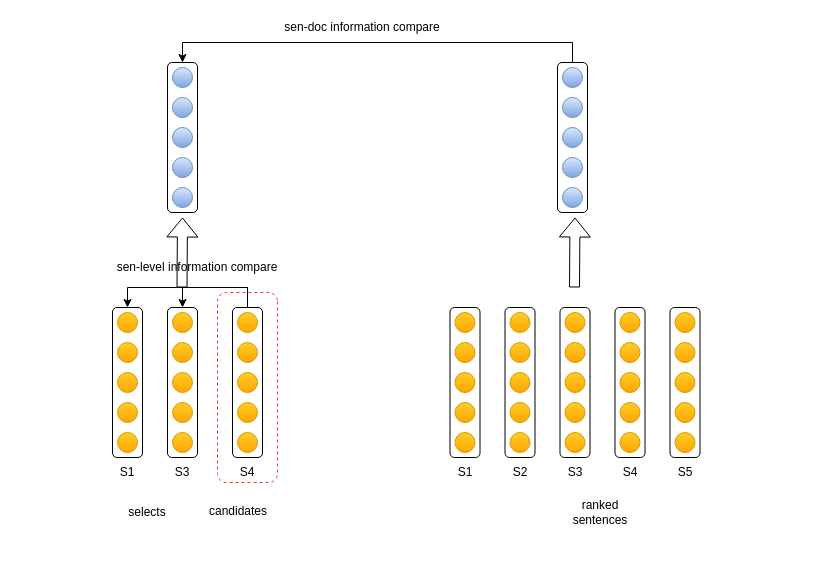
Above: Untitled Diagram.drawio in tfka/mygit (draw.io), before the change. Source tidied: cells renumbered, new cells numbered last; positions are measured from the earlier drawing's top-left corner, leaving out a move shared by most shapes. Both pictures are drawn from the tidied source at 100%, with x=0, y=0 at pixel (52, 17).
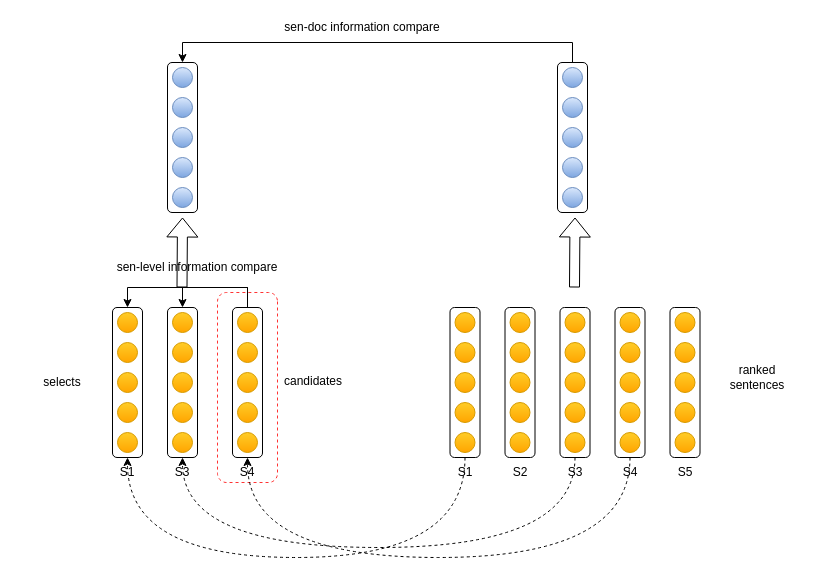
The same page after the edit.

The change refers to these unchanged cells:
```xml
<mxCell id="4" style="rounded=1;whiteSpace=wrap;html=1;rotation=90;" parent="1" vertex="1">
  <mxGeometry x="337.5" y="350" width="150" height="30" as="geometry" />
</mxCell>
<mxCell id="18" style="rounded=1;whiteSpace=wrap;html=1;rotation=90;" parent="1" vertex="1">
  <mxGeometry x="447.5" y="350" width="150" height="30" as="geometry" />
</mxCell>
<mxCell id="27" style="rounded=1;whiteSpace=wrap;html=1;rotation=90;" parent="1" vertex="1">
  <mxGeometry x="120" y="350" width="150" height="30" as="geometry" />
</mxCell>
<mxCell id="42" style="rounded=1;whiteSpace=wrap;html=1;rotation=90;" parent="1" vertex="1">
  <mxGeometry y="350" width="150" height="30" as="geometry" />
</mxCell>
<mxCell id="49" style="rounded=1;whiteSpace=wrap;html=1;rotation=90;" parent="1" vertex="1">
  <mxGeometry x="55" y="350" width="150" height="30" as="geometry" />
</mxCell>
<mxCell id="71" style="rounded=1;whiteSpace=wrap;html=1;rotation=90;" parent="1" vertex="1">
  <mxGeometry x="502.5" y="350" width="150" height="30" as="geometry" />
</mxCell>
```

Change to the diagram source:
```diff
@@
+    <mxCell id="81" style="edgeStyle=orthogonalEdgeStyle;curved=1;rounded=0;jettySize=auto;html=1;exitX=1;exitY=0.5;exitDx=0;exitDy=0;entryX=1;entryY=0.5;entryDx=0;entryDy=0;dashed=1;" parent="1" edge="1" source="4" target="42">
+      <mxGeometry relative="1" as="geometry">
+        <Array as="points">
+          <mxPoint x="413" y="540" />
+          <mxPoint x="75" y="540" />
+        </Array>
+      </mxGeometry>
+    </mxCell>
@@
+    <mxCell id="82" style="edgeStyle=orthogonalEdgeStyle;curved=1;rounded=0;jettySize=auto;html=1;exitX=1;exitY=0.5;exitDx=0;exitDy=0;entryX=1;entryY=0.5;entryDx=0;entryDy=0;dashed=1;" parent="1" edge="1" source="18" target="49">
+      <mxGeometry relative="1" as="geometry">
+        <Array as="points">
+          <mxPoint x="523" y="530" />
+          <mxPoint x="130" y="530" />
+        </Array>
+      </mxGeometry>
+    </mxCell>
@@
     <mxCell id="40" value="ranked sentences" style="text;html=1;strokeColor=none;fillColor=none;align=center;verticalAlign=middle;whiteSpace=wrap;rounded=0;" parent="1" vertex="1">
-      <mxGeometry x="502.5" y="475" width="90" height="40" as="geometry" />
+      <mxGeometry x="660" y="340" width="90" height="40" as="geometry" />
     </mxCell>
@@
     <mxCell id="55" value="selects" style="text;html=1;strokeColor=none;fillColor=none;align=center;verticalAlign=middle;whiteSpace=wrap;rounded=0;" parent="1" vertex="1">
-      <mxGeometry x="50" y="475" width="90" height="40" as="geometry" />
+      <mxGeometry x="-35" y="345" width="90" height="40" as="geometry" />
     </mxCell>
@@
     <mxCell id="69" value="candidates" style="text;html=1;" parent="1" vertex="1">
-      <mxGeometry x="155" y="480" width="80" height="30" as="geometry" />
+      <mxGeometry x="230" y="350" width="80" height="30" as="geometry" />
     </mxCell>
@@
+    <mxCell id="83" style="edgeStyle=orthogonalEdgeStyle;curved=1;rounded=0;jettySize=auto;html=1;exitX=1;exitY=0.5;exitDx=0;exitDy=0;entryX=1;entryY=0.5;entryDx=0;entryDy=0;dashed=1;" parent="1" edge="1" source="71" target="27">
+      <mxGeometry relative="1" as="geometry">
+        <Array as="points">
+          <mxPoint x="578" y="540" />
+          <mxPoint x="195" y="540" />
+        </Array>
+      </mxGeometry>
+    </mxCell>
```
